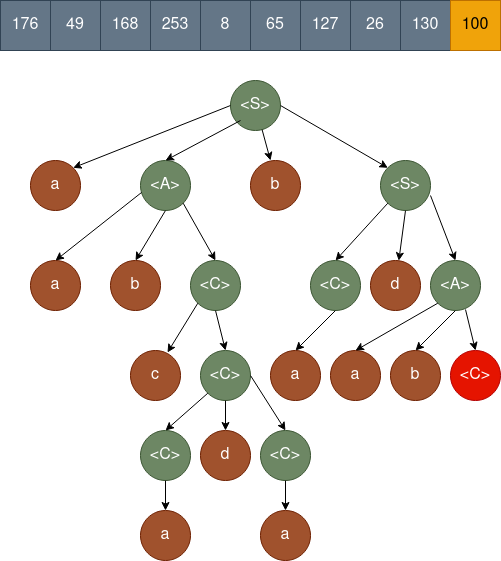
Above: paper/images/parsing_tree_10.png in klukas17/bachelor-thesis (draw.io), before the change. Source tidied: cells renumbered, new cells last; positions are measured from the earlier drawing's top-left corner, leaving out a move shared by most shapes. Source of this version:
```xml
<mxGraphModel>
  <root>
    <mxCell id="0" />
    <mxCell id="1" parent="0" />
    <mxCell id="2" value="&lt;font style=&quot;font-size: 16px;&quot;&gt;&amp;lt;S&amp;gt;&lt;/font&gt;" style="ellipse;whiteSpace=wrap;html=1;fillColor=#6d8764;fontColor=#ffffff;strokeColor=#3A5431;" parent="1" vertex="1">
      <mxGeometry x="230" y="80" width="50" height="50" as="geometry" />
    </mxCell>
    <mxCell id="3" value="&lt;font style=&quot;font-size: 16px;&quot;&gt;176&lt;/font&gt;" style="rounded=0;whiteSpace=wrap;html=1;fillColor=#647687;strokeColor=#314354;fontColor=#ffffff;" parent="1" vertex="1">
      <mxGeometry width="50" height="50" as="geometry" />
    </mxCell>
    <mxCell id="4" value="&lt;font style=&quot;font-size: 16px;&quot;&gt;49&lt;/font&gt;" style="rounded=0;whiteSpace=wrap;html=1;fillColor=#647687;strokeColor=#314354;fontColor=#ffffff;" parent="1" vertex="1">
      <mxGeometry x="50" width="50" height="50" as="geometry" />
    </mxCell>
    <mxCell id="5" value="&lt;font style=&quot;font-size: 16px;&quot;&gt;168&lt;/font&gt;" style="rounded=0;whiteSpace=wrap;html=1;fillColor=#647687;fontColor=#ffffff;strokeColor=#314354;" parent="1" vertex="1">
      <mxGeometry x="100" width="50" height="50" as="geometry" />
    </mxCell>
    <mxCell id="6" value="&lt;font style=&quot;font-size: 16px;&quot;&gt;253&lt;/font&gt;" style="rounded=0;whiteSpace=wrap;html=1;fillColor=#647687;fontColor=#ffffff;strokeColor=#314354;" parent="1" vertex="1">
      <mxGeometry x="150" width="50" height="50" as="geometry" />
    </mxCell>
    <mxCell id="7" value="&lt;font style=&quot;font-size: 16px;&quot;&gt;8&lt;/font&gt;" style="rounded=0;whiteSpace=wrap;html=1;fillColor=#647687;fontColor=#ffffff;strokeColor=#314354;" parent="1" vertex="1">
      <mxGeometry x="200" width="50" height="50" as="geometry" />
    </mxCell>
    <mxCell id="8" value="&lt;font style=&quot;font-size: 16px;&quot;&gt;65&lt;/font&gt;" style="rounded=0;whiteSpace=wrap;html=1;fillColor=#647687;fontColor=#ffffff;strokeColor=#314354;" parent="1" vertex="1">
      <mxGeometry x="250" width="50" height="50" as="geometry" />
    </mxCell>
    <mxCell id="9" value="&lt;font style=&quot;font-size: 16px;&quot;&gt;127&lt;/font&gt;" style="rounded=0;whiteSpace=wrap;html=1;fillColor=#647687;fontColor=#ffffff;strokeColor=#314354;" parent="1" vertex="1">
      <mxGeometry x="300" width="50" height="50" as="geometry" />
    </mxCell>
    <mxCell id="10" value="&lt;font style=&quot;font-size: 16px;&quot;&gt;26&lt;/font&gt;" style="rounded=0;whiteSpace=wrap;html=1;fillColor=#647687;fontColor=#ffffff;strokeColor=#314354;" parent="1" vertex="1">
      <mxGeometry x="350" width="50" height="50" as="geometry" />
    </mxCell>
    <mxCell id="11" value="&lt;font style=&quot;font-size: 16px;&quot;&gt;130&lt;/font&gt;" style="rounded=0;whiteSpace=wrap;html=1;fillColor=#647687;fontColor=#ffffff;strokeColor=#314354;" parent="1" vertex="1">
      <mxGeometry x="400" width="50" height="50" as="geometry" />
    </mxCell>
    <mxCell id="12" value="&lt;font style=&quot;font-size: 16px;&quot;&gt;100&lt;/font&gt;" style="rounded=0;whiteSpace=wrap;html=1;fillColor=#f0a30a;strokeColor=#BD7000;fontColor=#000000;" parent="1" vertex="1">
      <mxGeometry x="450" width="50" height="50" as="geometry" />
    </mxCell>
    <mxCell id="13" value="&amp;lt;S&amp;gt;" style="ellipse;whiteSpace=wrap;html=1;fontSize=16;fillColor=#6d8764;fontColor=#ffffff;strokeColor=#3A5431;" parent="1" vertex="1">
      <mxGeometry x="380" y="160" width="50" height="50" as="geometry" />
    </mxCell>
    <mxCell id="14" value="a" style="ellipse;whiteSpace=wrap;html=1;fontSize=16;fillColor=#a0522d;strokeColor=#6D1F00;fontColor=#ffffff;" parent="1" vertex="1">
      <mxGeometry x="30" y="160" width="50" height="50" as="geometry" />
    </mxCell>
    <mxCell id="15" value="&amp;lt;A&amp;gt;" style="ellipse;whiteSpace=wrap;html=1;fontSize=16;fillColor=#6d8764;fontColor=#ffffff;strokeColor=#3A5431;" parent="1" vertex="1">
      <mxGeometry x="140" y="160" width="50" height="50" as="geometry" />
    </mxCell>
    <mxCell id="16" value="b" style="ellipse;whiteSpace=wrap;html=1;fontSize=16;fillColor=#a0522d;fontColor=#ffffff;strokeColor=#6D1F00;" parent="1" vertex="1">
      <mxGeometry x="250" y="160" width="50" height="50" as="geometry" />
    </mxCell>
    <mxCell id="17" style="endArrow=classic;html=1;rounded=0;fontSize=16;entryX=1;entryY=0;entryDx=0;entryDy=0;exitX=0;exitY=0.5;exitDx=0;exitDy=0;" parent="1" edge="1" source="2" target="14">
      <mxGeometry relative="1" as="geometry" />
    </mxCell>
    <mxCell id="18" style="endArrow=classic;html=1;rounded=0;fontSize=16;entryX=0.5;entryY=0;entryDx=0;entryDy=0;" parent="1" edge="1" target="15">
      <mxGeometry relative="1" as="geometry">
        <mxPoint x="240" y="120" as="sourcePoint" />
      </mxGeometry>
    </mxCell>
    <mxCell id="19" style="endArrow=classic;html=1;rounded=0;fontSize=16;" parent="1" edge="1" source="2">
      <mxGeometry relative="1" as="geometry">
        <mxPoint x="270" y="160" as="targetPoint" />
      </mxGeometry>
    </mxCell>
    <mxCell id="20" style="endArrow=classic;html=1;rounded=0;fontSize=16;entryX=0;entryY=0;entryDx=0;entryDy=0;exitX=1;exitY=0.5;exitDx=0;exitDy=0;" parent="1" edge="1" source="2" target="13">
      <mxGeometry relative="1" as="geometry" />
    </mxCell>
    <mxCell id="21" value="a" style="ellipse;whiteSpace=wrap;html=1;fontSize=16;fillColor=#a0522d;strokeColor=#6D1F00;fontColor=#ffffff;" parent="1" vertex="1">
      <mxGeometry x="30" y="260" width="50" height="50" as="geometry" />
    </mxCell>
    <mxCell id="22" value="b" style="ellipse;whiteSpace=wrap;html=1;fontSize=16;fillColor=#a0522d;strokeColor=#6D1F00;fontColor=#ffffff;" parent="1" vertex="1">
      <mxGeometry x="110" y="260" width="50" height="50" as="geometry" />
    </mxCell>
    <mxCell id="23" value="&amp;lt;C&amp;gt;" style="ellipse;whiteSpace=wrap;html=1;fontSize=16;fillColor=#6d8764;strokeColor=#3A5431;fontColor=#ffffff;" parent="1" vertex="1">
      <mxGeometry x="190" y="260" width="50" height="50" as="geometry" />
    </mxCell>
    <mxCell id="24" style="endArrow=classic;html=1;rounded=0;fontSize=16;entryX=0.5;entryY=0;entryDx=0;entryDy=0;exitX=0.02;exitY=0.64;exitDx=0;exitDy=0;exitPerimeter=0;" parent="1" edge="1" source="15" target="21">
      <mxGeometry relative="1" as="geometry" />
    </mxCell>
    <mxCell id="25" style="endArrow=classic;html=1;rounded=0;fontSize=16;exitX=0.5;exitY=1;exitDx=0;exitDy=0;entryX=0.5;entryY=0;entryDx=0;entryDy=0;" parent="1" edge="1" source="15" target="22">
      <mxGeometry relative="1" as="geometry" />
    </mxCell>
    <mxCell id="26" style="endArrow=classic;html=1;rounded=0;fontSize=16;exitX=1;exitY=1;exitDx=0;exitDy=0;entryX=0.5;entryY=0;entryDx=0;entryDy=0;" parent="1" edge="1" source="15" target="23">
      <mxGeometry relative="1" as="geometry" />
    </mxCell>
    <mxCell id="27" value="c" style="ellipse;whiteSpace=wrap;html=1;fontSize=16;fillColor=#a0522d;strokeColor=#6D1F00;fontColor=#ffffff;" parent="1" vertex="1">
      <mxGeometry x="130" y="350" width="50" height="50" as="geometry" />
    </mxCell>
    <mxCell id="28" value="&amp;lt;C&amp;gt;" style="ellipse;whiteSpace=wrap;html=1;fontSize=16;fillColor=#6d8764;strokeColor=#3A5431;fontColor=#ffffff;" parent="1" vertex="1">
      <mxGeometry x="200" y="350" width="50" height="50" as="geometry" />
    </mxCell>
    <mxCell id="29" style="endArrow=classic;html=1;rounded=0;fontSize=16;exitX=0.5;exitY=1;exitDx=0;exitDy=0;entryX=0.5;entryY=0;entryDx=0;entryDy=0;" parent="1" edge="1" source="23" target="28">
      <mxGeometry relative="1" as="geometry" />
    </mxCell>
    <mxCell id="30" style="endArrow=classic;html=1;rounded=0;fontSize=16;exitX=0;exitY=1;exitDx=0;exitDy=0;entryX=0.74;entryY=0.04;entryDx=0;entryDy=0;entryPerimeter=0;" parent="1" edge="1" source="23" target="27">
      <mxGeometry relative="1" as="geometry" />
    </mxCell>
    <mxCell id="31" value="&amp;lt;C&amp;gt;" style="ellipse;whiteSpace=wrap;html=1;fontSize=16;fillColor=#6d8764;strokeColor=#3A5431;fontColor=#ffffff;" parent="1" vertex="1">
      <mxGeometry x="140" y="430" width="50" height="50" as="geometry" />
    </mxCell>
    <mxCell id="32" value="&amp;lt;C&amp;gt;" style="ellipse;whiteSpace=wrap;html=1;fontSize=16;fillColor=#6d8764;strokeColor=#3A5431;fontColor=#ffffff;" parent="1" vertex="1">
      <mxGeometry x="260" y="430" width="50" height="50" as="geometry" />
    </mxCell>
    <mxCell id="33" value="d" style="ellipse;whiteSpace=wrap;html=1;fontSize=16;fillColor=#a0522d;strokeColor=#6D1F00;fontColor=#ffffff;" parent="1" vertex="1">
      <mxGeometry x="200" y="430" width="50" height="50" as="geometry" />
    </mxCell>
    <mxCell id="34" style="endArrow=classic;html=1;rounded=0;fontSize=16;entryX=0.5;entryY=0;entryDx=0;entryDy=0;exitX=0;exitY=1;exitDx=0;exitDy=0;" parent="1" edge="1" source="28" target="31">
      <mxGeometry relative="1" as="geometry" />
    </mxCell>
    <mxCell id="35" style="endArrow=classic;html=1;rounded=0;fontSize=16;exitX=0.5;exitY=1;exitDx=0;exitDy=0;" parent="1" edge="1" source="28" target="33">
      <mxGeometry relative="1" as="geometry" />
    </mxCell>
    <mxCell id="36" style="endArrow=classic;html=1;rounded=0;fontSize=16;exitX=1;exitY=0.5;exitDx=0;exitDy=0;entryX=0.5;entryY=0;entryDx=0;entryDy=0;" parent="1" edge="1" source="28" target="32">
      <mxGeometry relative="1" as="geometry" />
    </mxCell>
    <mxCell id="37" value="a" style="ellipse;whiteSpace=wrap;html=1;fontSize=16;fillColor=#a0522d;strokeColor=#6D1F00;fontColor=#ffffff;" parent="1" vertex="1">
      <mxGeometry x="140" y="510" width="50" height="50" as="geometry" />
    </mxCell>
    <mxCell id="38" style="endArrow=classic;html=1;rounded=0;fontSize=16;entryX=0.5;entryY=0;entryDx=0;entryDy=0;exitX=0.5;exitY=1;exitDx=0;exitDy=0;" parent="1" edge="1" source="31" target="37">
      <mxGeometry relative="1" as="geometry" />
    </mxCell>
    <mxCell id="39" value="a" style="ellipse;whiteSpace=wrap;html=1;fontSize=16;fillColor=#a0522d;strokeColor=#6D1F00;fontColor=#ffffff;" parent="1" vertex="1">
      <mxGeometry x="260" y="510" width="50" height="50" as="geometry" />
    </mxCell>
    <mxCell id="40" style="endArrow=classic;html=1;rounded=0;fontSize=16;entryX=0.5;entryY=0;entryDx=0;entryDy=0;exitX=0.5;exitY=1;exitDx=0;exitDy=0;" parent="1" edge="1" source="32" target="39">
      <mxGeometry relative="1" as="geometry" />
    </mxCell>
    <mxCell id="41" value="&amp;lt;C&amp;gt;" style="ellipse;whiteSpace=wrap;html=1;fontSize=16;fillColor=#6d8764;strokeColor=#3A5431;fontColor=#ffffff;" parent="1" vertex="1">
      <mxGeometry x="310" y="260" width="50" height="50" as="geometry" />
    </mxCell>
    <mxCell id="42" value="d" style="ellipse;whiteSpace=wrap;html=1;fontSize=16;fillColor=#a0522d;strokeColor=#6D1F00;fontColor=#ffffff;" parent="1" vertex="1">
      <mxGeometry x="370" y="260" width="50" height="50" as="geometry" />
    </mxCell>
    <mxCell id="43" value="&amp;lt;A&amp;gt;" style="ellipse;whiteSpace=wrap;html=1;fontSize=16;fillColor=#6d8764;fontColor=#ffffff;strokeColor=#3A5431;" parent="1" vertex="1">
      <mxGeometry x="430" y="260" width="50" height="50" as="geometry" />
    </mxCell>
    <mxCell id="44" style="endArrow=classic;html=1;rounded=0;fontSize=16;entryX=0.5;entryY=0;entryDx=0;entryDy=0;exitX=0;exitY=1;exitDx=0;exitDy=0;" parent="1" edge="1" source="13" target="41">
      <mxGeometry relative="1" as="geometry" />
    </mxCell>
    <mxCell id="45" style="endArrow=classic;html=1;rounded=0;fontSize=16;exitX=0.5;exitY=1;exitDx=0;exitDy=0;" parent="1" edge="1" source="13" target="42">
      <mxGeometry relative="1" as="geometry" />
    </mxCell>
    <mxCell id="46" style="endArrow=classic;html=1;rounded=0;fontSize=16;entryX=0.5;entryY=0;entryDx=0;entryDy=0;exitX=1;exitY=0.7;exitDx=0;exitDy=0;exitPerimeter=0;" parent="1" edge="1" source="13" target="43">
      <mxGeometry relative="1" as="geometry" />
    </mxCell>
    <mxCell id="47" value="a" style="ellipse;whiteSpace=wrap;html=1;fontSize=16;fillColor=#a0522d;strokeColor=#6D1F00;fontColor=#ffffff;" parent="1" vertex="1">
      <mxGeometry x="270" y="350" width="50" height="50" as="geometry" />
    </mxCell>
    <mxCell id="48" style="endArrow=classic;html=1;rounded=0;fontSize=16;entryX=0.5;entryY=0;entryDx=0;entryDy=0;exitX=0.5;exitY=1;exitDx=0;exitDy=0;" parent="1" edge="1" source="41" target="47">
      <mxGeometry relative="1" as="geometry" />
    </mxCell>
    <mxCell id="49" value="a" style="ellipse;whiteSpace=wrap;html=1;fontSize=16;fillColor=#a0522d;strokeColor=#6D1F00;fontColor=#ffffff;" parent="1" vertex="1">
      <mxGeometry x="330" y="350" width="50" height="50" as="geometry" />
    </mxCell>
    <mxCell id="50" value="b" style="ellipse;whiteSpace=wrap;html=1;fontSize=16;fillColor=#a0522d;strokeColor=#6D1F00;fontColor=#ffffff;" parent="1" vertex="1">
      <mxGeometry x="390" y="350" width="50" height="50" as="geometry" />
    </mxCell>
    <mxCell id="51" value="&amp;lt;C&amp;gt;" style="ellipse;whiteSpace=wrap;html=1;fontSize=16;fillColor=#e51400;strokeColor=#B20000;fontColor=#ffffff;" parent="1" vertex="1">
      <mxGeometry x="450" y="350" width="50" height="50" as="geometry" />
    </mxCell>
    <mxCell id="52" style="endArrow=classic;html=1;rounded=0;fontSize=16;entryX=0.5;entryY=0;entryDx=0;entryDy=0;exitX=0;exitY=1;exitDx=0;exitDy=0;" parent="1" edge="1" source="43" target="49">
      <mxGeometry relative="1" as="geometry" />
    </mxCell>
    <mxCell id="53" style="endArrow=classic;html=1;rounded=0;fontSize=16;entryX=0.5;entryY=0;entryDx=0;entryDy=0;exitX=0.5;exitY=1;exitDx=0;exitDy=0;" parent="1" edge="1" source="43" target="50">
      <mxGeometry relative="1" as="geometry" />
    </mxCell>
    <mxCell id="54" style="endArrow=classic;html=1;rounded=0;fontSize=16;entryX=0.5;entryY=0;entryDx=0;entryDy=0;exitX=0.7;exitY=0.98;exitDx=0;exitDy=0;exitPerimeter=0;" parent="1" edge="1" source="43" target="51">
      <mxGeometry relative="1" as="geometry" />
    </mxCell>
  </root>
</mxGraphModel>
```
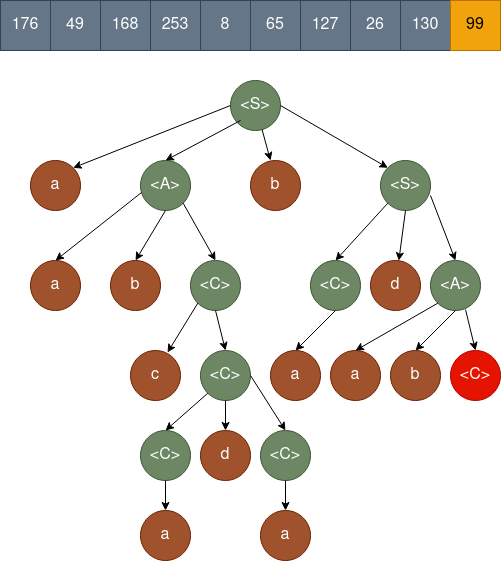
The same diagram one commit later.

Diff of the diagram source:
```diff
@@ -32,7 +32,7 @@
     <mxCell id="11" value="&lt;font style=&quot;font-size: 16px;&quot;&gt;130&lt;/font&gt;" style="rounded=0;whiteSpace=wrap;html=1;fillColor=#647687;fontColor=#ffffff;strokeColor=#314354;" parent="1" vertex="1">
       <mxGeometry x="400" width="50" height="50" as="geometry" />
     </mxCell>
-    <mxCell id="12" value="&lt;font style=&quot;font-size: 16px;&quot;&gt;100&lt;/font&gt;" style="rounded=0;whiteSpace=wrap;html=1;fillColor=#f0a30a;strokeColor=#BD7000;fontColor=#000000;" parent="1" vertex="1">
+    <mxCell id="12" value="99" style="rounded=0;whiteSpace=wrap;html=1;fillColor=#f0a30a;strokeColor=#BD7000;fontColor=#000000;fontSize=16;" parent="1" vertex="1">
       <mxGeometry x="450" width="50" height="50" as="geometry" />
     </mxCell>
     <mxCell id="13" value="&amp;lt;S&amp;gt;" style="ellipse;whiteSpace=wrap;html=1;fontSize=16;fillColor=#6d8764;fontColor=#ffffff;strokeColor=#3A5431;" parent="1" vertex="1">
```
